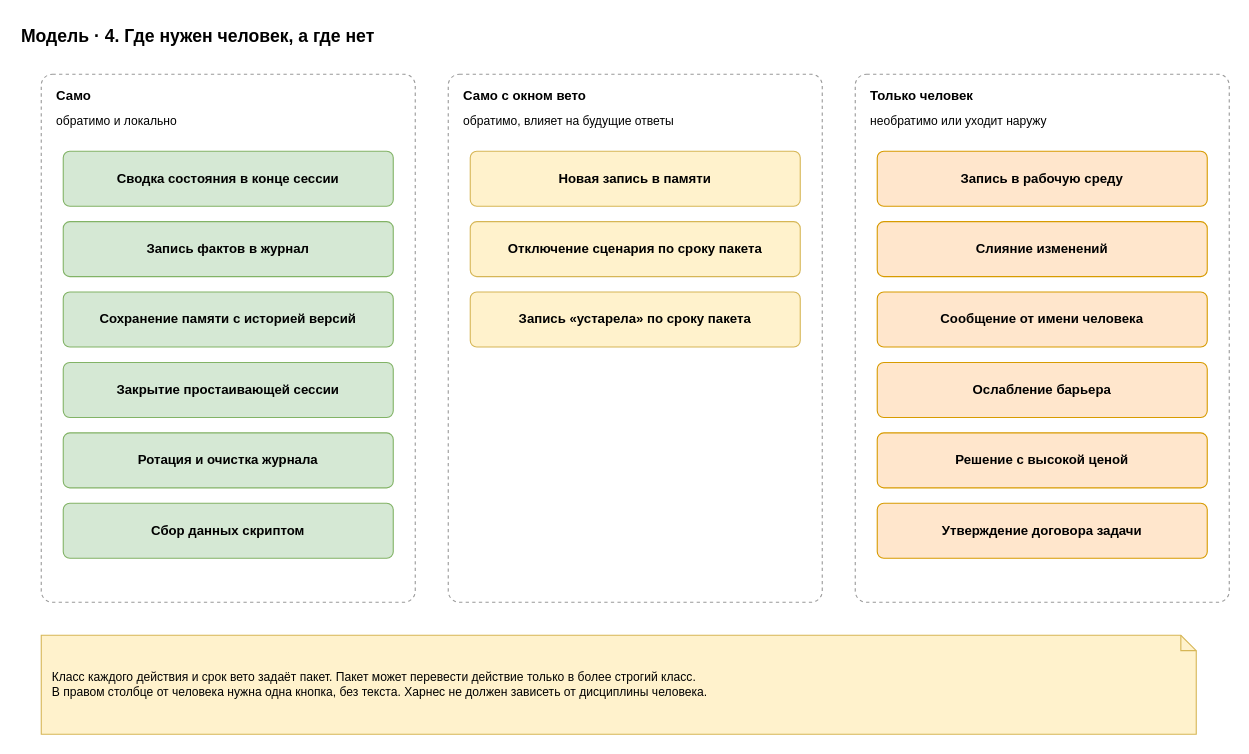
The draw.io diagram page "4. Классы автономии" (4 of 6) of docs/spec/harness-model.drawio in roygkov/reins, before the edit. Source tidied: cells renumbered, new cells numbered last; positions are measured from the earlier drawing's top-left corner, leaving out a move shared by most shapes. Both pictures are drawn from the tidied source at 110%, with x=0, y=0 at pixel (19, 19).
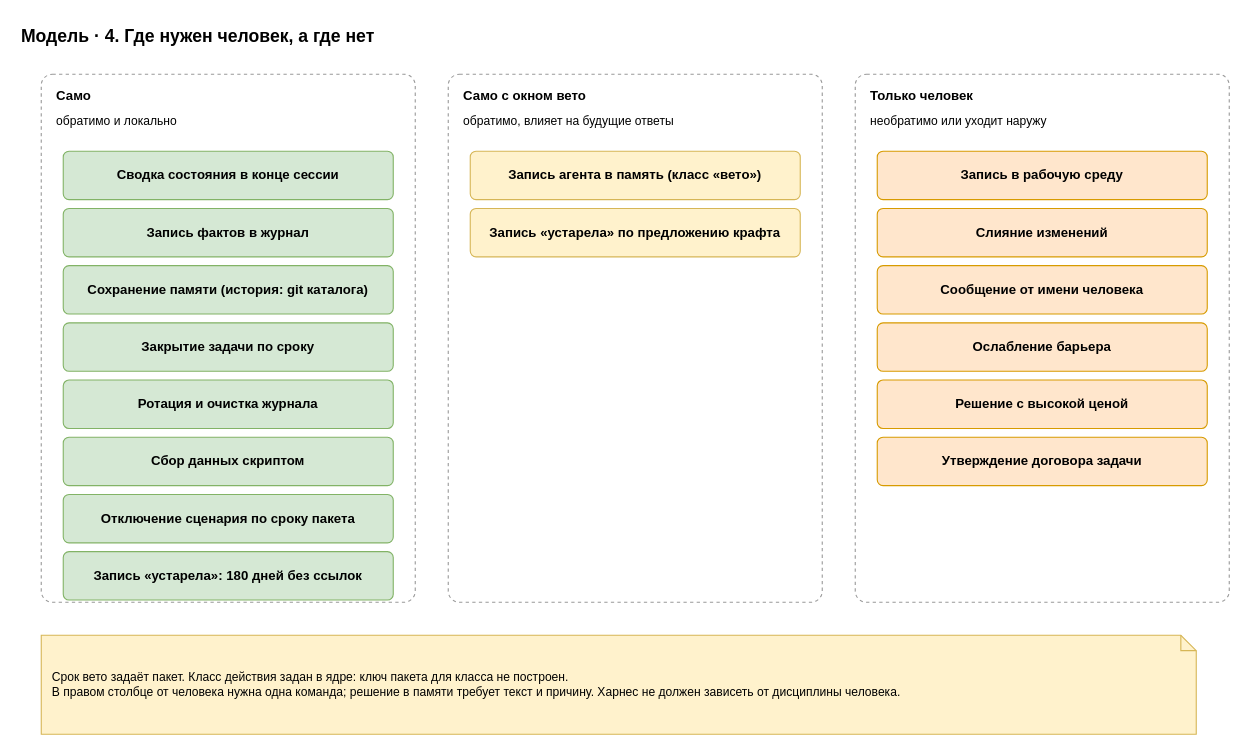
The same page after the edit.

The edit, as a diff of the source:
```diff
@@
     <mxCell id="5" value="&lt;b&gt;Сводка состояния в конце сессии&lt;/b&gt;" style="rounded=1;whiteSpace=wrap;html=1;fillColor=#d5e8d4;strokeColor=#82b366;arcSize=12;" parent="1" vertex="1">
-      <mxGeometry x="40" y="120" width="300" height="50" as="geometry" />
+      <mxGeometry x="40" y="120" width="300" height="44" as="geometry" />
     </mxCell>
     <mxCell id="6" value="&lt;b&gt;Запись фактов в журнал&lt;/b&gt;" style="rounded=1;whiteSpace=wrap;html=1;fillColor=#d5e8d4;strokeColor=#82b366;arcSize=12;" parent="1" vertex="1">
-      <mxGeometry x="40" y="184" width="300" height="50" as="geometry" />
+      <mxGeometry x="40" y="172" width="300" height="44" as="geometry" />
     </mxCell>
-    <mxCell id="7" value="&lt;b&gt;Сохранение памяти с историей версий&lt;/b&gt;" style="rounded=1;whiteSpace=wrap;html=1;fillColor=#d5e8d4;strokeColor=#82b366;arcSize=12;" parent="1" vertex="1">
-      <mxGeometry x="40" y="248" width="300" height="50" as="geometry" />
+    <mxCell id="7" value="&lt;b&gt;Сохранение памяти (история: git каталога)&lt;/b&gt;" style="rounded=1;whiteSpace=wrap;html=1;fillColor=#d5e8d4;strokeColor=#82b366;arcSize=12;" parent="1" vertex="1">
+      <mxGeometry x="40" y="224" width="300" height="44" as="geometry" />
     </mxCell>
-    <mxCell id="8" value="&lt;b&gt;Закрытие простаивающей сессии&lt;/b&gt;" style="rounded=1;whiteSpace=wrap;html=1;fillColor=#d5e8d4;strokeColor=#82b366;arcSize=12;" parent="1" vertex="1">
-      <mxGeometry x="40" y="312" width="300" height="50" as="geometry" />
+    <mxCell id="8" value="&lt;b&gt;Закрытие задачи по сроку&lt;/b&gt;" style="rounded=1;whiteSpace=wrap;html=1;fillColor=#d5e8d4;strokeColor=#82b366;arcSize=12;" parent="1" vertex="1">
+      <mxGeometry x="40" y="276" width="300" height="44" as="geometry" />
     </mxCell>
     <mxCell id="9" value="&lt;b&gt;Ротация и очистка журнала&lt;/b&gt;" style="rounded=1;whiteSpace=wrap;html=1;fillColor=#d5e8d4;strokeColor=#82b366;arcSize=12;" parent="1" vertex="1">
-      <mxGeometry x="40" y="376" width="300" height="50" as="geometry" />
+      <mxGeometry x="40" y="328" width="300" height="44" as="geometry" />
     </mxCell>
     <mxCell id="10" value="&lt;b&gt;Сбор данных скриптом&lt;/b&gt;" style="rounded=1;whiteSpace=wrap;html=1;fillColor=#d5e8d4;strokeColor=#82b366;arcSize=12;" parent="1" vertex="1">
-      <mxGeometry x="40" y="440" width="300" height="50" as="geometry" />
+      <mxGeometry x="40" y="380" width="300" height="44" as="geometry" />
     </mxCell>
-    <mxCell id="11" value="&lt;b&gt;Само с окном вето&lt;/b&gt;" style="rounded=1;whiteSpace=wrap;html=1;dashed=1;fillColor=none;strokeColor=#999999;verticalAlign=top;align=left;spacingLeft=12;spacingTop=6;arcSize=3;" parent="1" vertex="1">
-      <mxGeometry x="390" y="50" width="340" height="480" as="geometry" />
+    <mxCell id="11" value="&lt;b&gt;Отключение сценария по сроку пакета&lt;/b&gt;" style="rounded=1;whiteSpace=wrap;html=1;fillColor=#d5e8d4;strokeColor=#82b366;arcSize=12;" parent="1" vertex="1">
+      <mxGeometry x="40" y="432" width="300" height="44" as="geometry" />
     </mxCell>
-    <mxCell id="12" value="обратимо, влияет на будущие ответы" style="text;html=1;align=left;verticalAlign=middle;whiteSpace=wrap;fontSize=11;strokeColor=none;fillColor=none;" parent="1" vertex="1">
-      <mxGeometry x="402" y="78" width="316" height="30" as="geometry" />
+    <mxCell id="12" value="&lt;b&gt;Запись «устарела»: 180 дней без ссылок&lt;/b&gt;" style="rounded=1;whiteSpace=wrap;html=1;fillColor=#d5e8d4;strokeColor=#82b366;arcSize=12;" parent="1" vertex="1">
+      <mxGeometry x="40" y="484" width="300" height="44" as="geometry" />
     </mxCell>
-    <mxCell id="13" value="&lt;b&gt;Новая запись в памяти&lt;/b&gt;" style="rounded=1;whiteSpace=wrap;html=1;fillColor=#fff2cc;strokeColor=#d6b656;arcSize=12;" parent="1" vertex="1">
-      <mxGeometry x="410" y="120" width="300" height="50" as="geometry" />
+    <mxCell id="13" value="&lt;b&gt;Само с окном вето&lt;/b&gt;" style="rounded=1;whiteSpace=wrap;html=1;dashed=1;fillColor=none;strokeColor=#999999;verticalAlign=top;align=left;spacingLeft=12;spacingTop=6;arcSize=3;" parent="1" vertex="1">
+      <mxGeometry x="390" y="50" width="340" height="480" as="geometry" />
     </mxCell>
-    <mxCell id="14" value="&lt;b&gt;Отключение сценария по сроку пакета&lt;/b&gt;" style="rounded=1;whiteSpace=wrap;html=1;fillColor=#fff2cc;strokeColor=#d6b656;arcSize=12;" parent="1" vertex="1">
-      <mxGeometry x="410" y="184" width="300" height="50" as="geometry" />
+    <mxCell id="14" value="обратимо, влияет на будущие ответы" style="text;html=1;align=left;verticalAlign=middle;whiteSpace=wrap;fontSize=11;strokeColor=none;fillColor=none;" parent="1" vertex="1">
+      <mxGeometry x="402" y="78" width="316" height="30" as="geometry" />
     </mxCell>
-    <mxCell id="15" value="&lt;b&gt;Запись «устарела» по сроку пакета&lt;/b&gt;" style="rounded=1;whiteSpace=wrap;html=1;fillColor=#fff2cc;strokeColor=#d6b656;arcSize=12;" parent="1" vertex="1">
-      <mxGeometry x="410" y="248" width="300" height="50" as="geometry" />
+    <mxCell id="15" value="&lt;b&gt;Запись агента в память (класс «вето»)&lt;/b&gt;" style="rounded=1;whiteSpace=wrap;html=1;fillColor=#fff2cc;strokeColor=#d6b656;arcSize=12;" parent="1" vertex="1">
+      <mxGeometry x="410" y="120" width="300" height="44" as="geometry" />
     </mxCell>
-    <mxCell id="16" value="&lt;b&gt;Только человек&lt;/b&gt;" style="rounded=1;whiteSpace=wrap;html=1;dashed=1;fillColor=none;strokeColor=#999999;verticalAlign=top;align=left;spacingLeft=12;spacingTop=6;arcSize=3;" parent="1" vertex="1">
-      <mxGeometry x="760" y="50" width="340" height="480" as="geometry" />
+    <mxCell id="16" value="&lt;b&gt;Запись «устарела» по предложению крафта&lt;/b&gt;" style="rounded=1;whiteSpace=wrap;html=1;fillColor=#fff2cc;strokeColor=#d6b656;arcSize=12;" parent="1" vertex="1">
+      <mxGeometry x="410" y="172" width="300" height="44" as="geometry" />
     </mxCell>
-    <mxCell id="17" value="необратимо или уходит наружу" style="text;html=1;align=left;verticalAlign=middle;whiteSpace=wrap;fontSize=11;strokeColor=none;fillColor=none;" parent="1" vertex="1">
-      <mxGeometry x="772" y="78" width="316" height="30" as="geometry" />
+    <mxCell id="17" value="&lt;b&gt;Только человек&lt;/b&gt;" style="rounded=1;whiteSpace=wrap;html=1;dashed=1;fillColor=none;strokeColor=#999999;verticalAlign=top;align=left;spacingLeft=12;spacingTop=6;arcSize=3;" parent="1" vertex="1">
+      <mxGeometry x="760" y="50" width="340" height="480" as="geometry" />
     </mxCell>
-    <mxCell id="18" value="&lt;b&gt;Запись в рабочую среду&lt;/b&gt;" style="rounded=1;whiteSpace=wrap;html=1;fillColor=#ffe6cc;strokeColor=#d79b00;arcSize=12;" parent="1" vertex="1">
-      <mxGeometry x="780" y="120" width="300" height="50" as="geometry" />
+    <mxCell id="18" value="необратимо или уходит наружу" style="text;html=1;align=left;verticalAlign=middle;whiteSpace=wrap;fontSize=11;strokeColor=none;fillColor=none;" parent="1" vertex="1">
+      <mxGeometry x="772" y="78" width="316" height="30" as="geometry" />
     </mxCell>
-    <mxCell id="19" value="&lt;b&gt;Слияние изменений&lt;/b&gt;" style="rounded=1;whiteSpace=wrap;html=1;fillColor=#ffe6cc;strokeColor=#d79b00;arcSize=12;" parent="1" vertex="1">
-      <mxGeometry x="780" y="184" width="300" height="50" as="geometry" />
+    <mxCell id="19" value="&lt;b&gt;Запись в рабочую среду&lt;/b&gt;" style="rounded=1;whiteSpace=wrap;html=1;fillColor=#ffe6cc;strokeColor=#d79b00;arcSize=12;" parent="1" vertex="1">
+      <mxGeometry x="780" y="120" width="300" height="44" as="geometry" />
     </mxCell>
-    <mxCell id="20" value="&lt;b&gt;Сообщение от имени человека&lt;/b&gt;" style="rounded=1;whiteSpace=wrap;html=1;fillColor=#ffe6cc;strokeColor=#d79b00;arcSize=12;" parent="1" vertex="1">
-      <mxGeometry x="780" y="248" width="300" height="50" as="geometry" />
+    <mxCell id="20" value="&lt;b&gt;Слияние изменений&lt;/b&gt;" style="rounded=1;whiteSpace=wrap;html=1;fillColor=#ffe6cc;strokeColor=#d79b00;arcSize=12;" parent="1" vertex="1">
+      <mxGeometry x="780" y="172" width="300" height="44" as="geometry" />
     </mxCell>
-    <mxCell id="21" value="&lt;b&gt;Ослабление барьера&lt;/b&gt;" style="rounded=1;whiteSpace=wrap;html=1;fillColor=#ffe6cc;strokeColor=#d79b00;arcSize=12;" parent="1" vertex="1">
-      <mxGeometry x="780" y="312" width="300" height="50" as="geometry" />
+    <mxCell id="21" value="&lt;b&gt;Сообщение от имени человека&lt;/b&gt;" style="rounded=1;whiteSpace=wrap;html=1;fillColor=#ffe6cc;strokeColor=#d79b00;arcSize=12;" parent="1" vertex="1">
+      <mxGeometry x="780" y="224" width="300" height="44" as="geometry" />
     </mxCell>
-    <mxCell id="22" value="&lt;b&gt;Решение с высокой ценой&lt;/b&gt;" style="rounded=1;whiteSpace=wrap;html=1;fillColor=#ffe6cc;strokeColor=#d79b00;arcSize=12;" parent="1" vertex="1">
-      <mxGeometry x="780" y="376" width="300" height="50" as="geometry" />
+    <mxCell id="22" value="&lt;b&gt;Ослабление барьера&lt;/b&gt;" style="rounded=1;whiteSpace=wrap;html=1;fillColor=#ffe6cc;strokeColor=#d79b00;arcSize=12;" parent="1" vertex="1">
+      <mxGeometry x="780" y="276" width="300" height="44" as="geometry" />
     </mxCell>
-    <mxCell id="23" value="&lt;b&gt;Утверждение договора задачи&lt;/b&gt;" style="rounded=1;whiteSpace=wrap;html=1;fillColor=#ffe6cc;strokeColor=#d79b00;arcSize=12;" parent="1" vertex="1">
-      <mxGeometry x="780" y="440" width="300" height="50" as="geometry" />
+    <mxCell id="23" value="&lt;b&gt;Решение с высокой ценой&lt;/b&gt;" style="rounded=1;whiteSpace=wrap;html=1;fillColor=#ffe6cc;strokeColor=#d79b00;arcSize=12;" parent="1" vertex="1">
+      <mxGeometry x="780" y="328" width="300" height="44" as="geometry" />
     </mxCell>
-    <mxCell id="24" value="Класс каждого действия и срок вето задаёт пакет. Пакет может перевести действие только в более строгий класс.&lt;br&gt;В правом столбце от человека нужна одна кнопка, без текста. Харнес не должен зависеть от дисциплины человека." style="shape=note;whiteSpace=wrap;html=1;backgroundOutline=1;size=14;fillColor=#fff2cc;strokeColor=#d6b656;align=left;spacingLeft=8;spacingRight=8;fontSize=11;" parent="1" vertex="1">
-      <mxGeometry x="20" y="560" width="1050" height="90" as="geometry" />
+    <mxCell id="24" value="&lt;b&gt;Утверждение договора задачи&lt;/b&gt;" style="rounded=1;whiteSpace=wrap;html=1;fillColor=#ffe6cc;strokeColor=#d79b00;arcSize=12;" parent="1" vertex="1">
+      <mxGeometry x="780" y="380" width="300" height="44" as="geometry" />
     </mxCell>
+    <mxCell id="25" value="Срок вето задаёт пакет. Класс действия задан в ядре: ключ пакета для класса не построен.&lt;br&gt;В правом столбце от человека нужна одна команда; решение в памяти требует текст и причину. Харнес не должен зависеть от дисциплины человека." style="shape=note;whiteSpace=wrap;html=1;backgroundOutline=1;size=14;fillColor=#fff2cc;strokeColor=#d6b656;align=left;spacingLeft=8;spacingRight=8;fontSize=11;" parent="1" vertex="1">
+      <mxGeometry x="20" y="560" width="1050" height="90" as="geometry" />
+    </mxCell>
```
